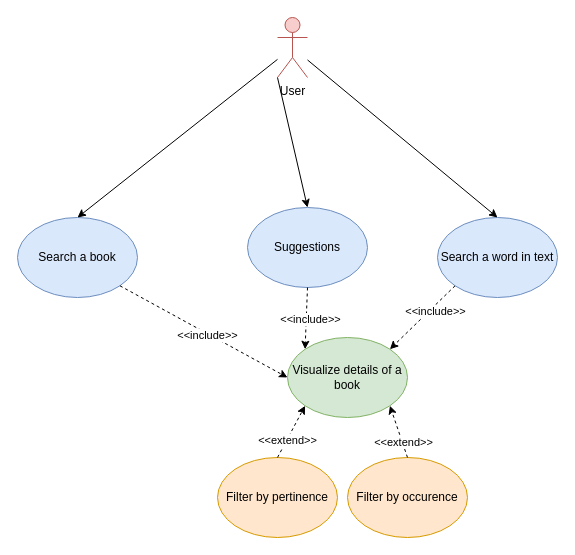
This is use_cases.drawio from RootLeo00/book-web-app-daar, a draw.io file, before an edit. Source tidied: cells renumbered, new cells numbered last; positions are measured from the earlier drawing's top-left corner, leaving out a move shared by most shapes. Both pictures are drawn from the tidied source at 100%, with x=0, y=0 at pixel (17, 17).
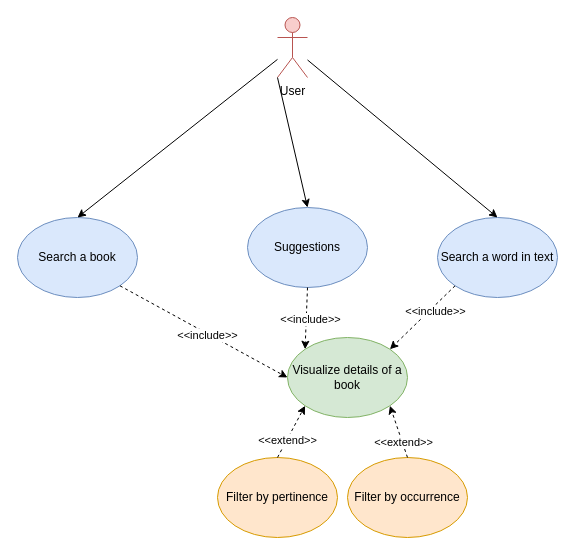
The same diagram, later.

Diff of the diagram source:
```diff
@@
-    <mxCell id="11" value="Filter by occurence" style="ellipse;whiteSpace=wrap;html=1;fillColor=#ffe6cc;strokeColor=#d79b00;" parent="1" vertex="1">
+    <mxCell id="11" value="Filter by occurrence" style="ellipse;whiteSpace=wrap;html=1;fillColor=#ffe6cc;strokeColor=#d79b00;" parent="1" vertex="1">
       <mxGeometry x="330" y="440" width="120" height="80" as="geometry" />
     </mxCell>
```
